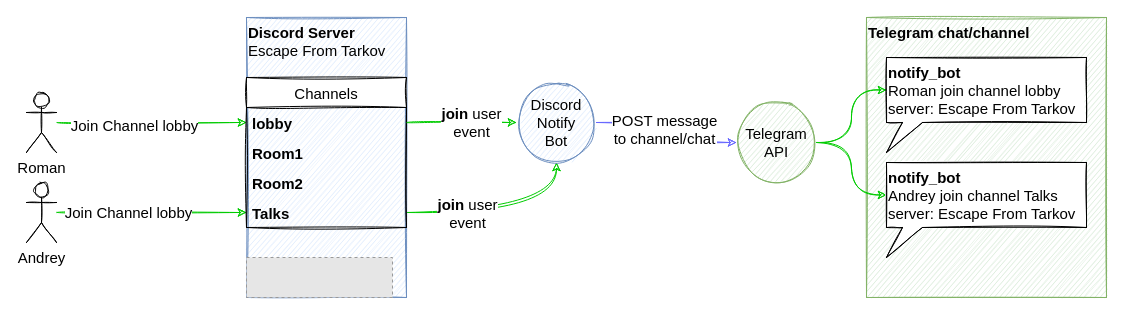
Above: docs/join_event_notification_diagram.drawio in Anton-Sagurov/discord-notify-bot (draw.io), before the change. Source tidied: cells renumbered, new cells numbered last; positions are measured from the earlier drawing's top-left corner, leaving out a move shared by most shapes. Both pictures are drawn from the tidied source at 100%, with x=0, y=0 at pixel (26, 17). Pictures stored in the file or linked from it are replaced by grey dashed boxes.
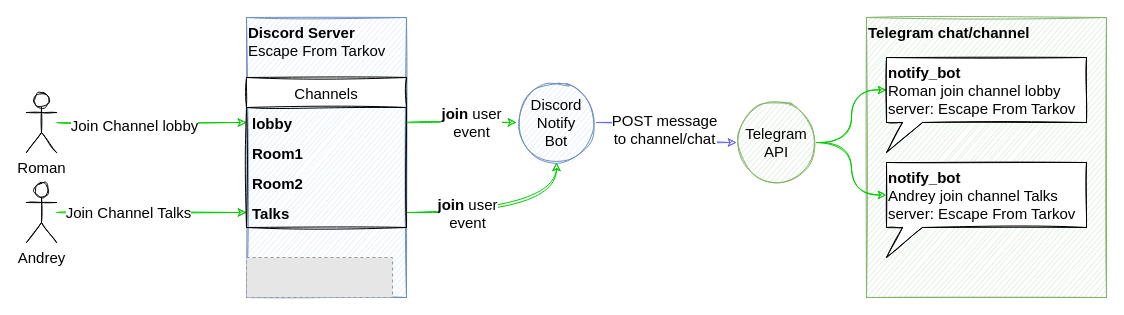
The same page after the edit.

Unchanged cells that the change refers to:
```xml
<mxCell id="12" style="edgeStyle=orthogonalEdgeStyle;rounded=0;jettySize=auto;html=1;entryX=0;entryY=0.5;entryDx=0;entryDy=0;fontSize=15;startArrow=none;startFill=0;endArrow=classic;endFill=1;strokeColor=#00CC00;sketch=1;curved=1;" parent="1" edge="1" source="14" target="19">
  <mxGeometry relative="1" as="geometry" />
</mxCell>
```

Diff of the diagram source:
```diff
@@
-    <mxCell id="13" value="&lt;span style=&quot;&quot;&gt;Join Channel lobby&lt;/span&gt;" style="edgeLabel;html=1;align=center;verticalAlign=middle;fontSize=15;sketch=1;rounded=0;labelBackgroundColor=#FFFFFF;" parent="12" vertex="1">
+    <mxCell id="13" value="&lt;span&gt;Join Channel Talks&lt;/span&gt;" style="edgeLabel;html=1;align=center;verticalAlign=middle;fontSize=15;sketch=1;rounded=0;labelBackgroundColor=#FFFFFF;" parent="12" vertex="1">
       <mxGeometry x="-0.25" y="1" relative="1" as="geometry" />
     </mxCell>
```
